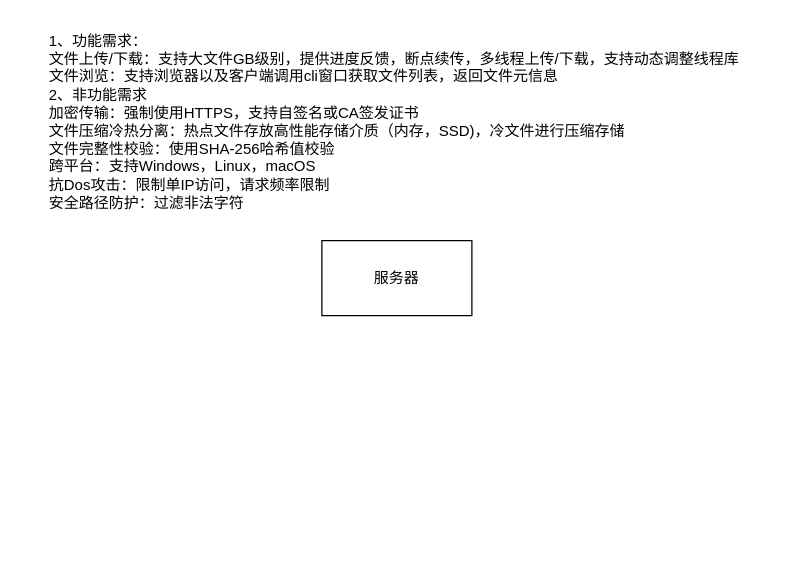
The draw.io diagram FileTransferTool.drawio in Elio265/Picgo, before the edit. Source tidied: cells renumbered, new cells numbered last; positions are measured from the earlier drawing's top-left corner, leaving out a move shared by most shapes. Both pictures are drawn from the tidied source at 125%, with x=0, y=0 at pixel (46, 21).
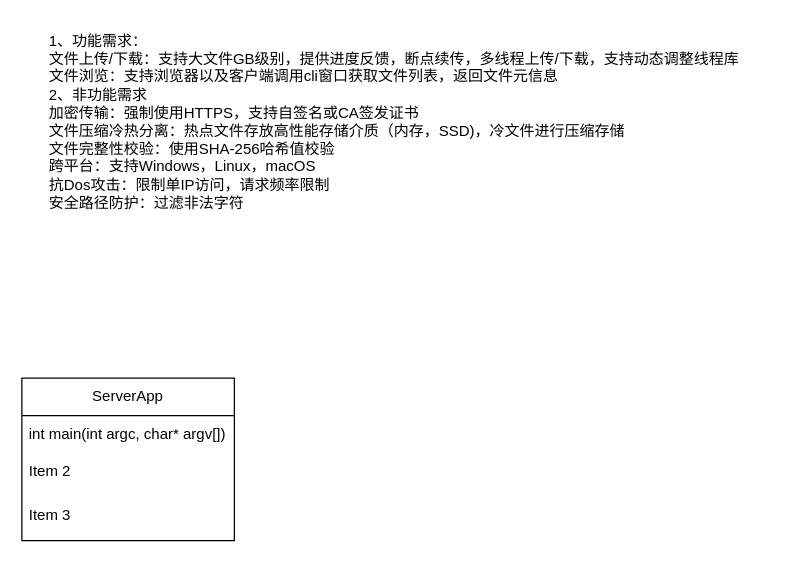
After the change.

Diff of the diagram source:
```diff
@@
 <mxGraphModel>
   <root>
     <mxCell id="0" />
     <mxCell id="1" parent="0" />
-    <mxCell id="2" value="服务器" style="rounded=0;whiteSpace=wrap;html=1;" parent="1" vertex="1">
-      <mxGeometry x="220" y="175" width="120" height="60" as="geometry" />
-    </mxCell>
     <mxCell id="3" value="&lt;div&gt;&lt;div&gt;1、功能需求：&lt;/div&gt;&lt;/div&gt;&lt;div&gt;文件上传/下载：支持大文件GB级别，提供进度反馈，断点续传，多线程上传/下载，支持动态调整线程库&lt;/div&gt;&lt;div&gt;文件浏览：支持浏览器以及客户端调用cli窗口获取文件列表，返回文件元信息&lt;/div&gt;&lt;div&gt;2、非功能需求&lt;/div&gt;&lt;div&gt;加密传输：强制使用HTTPS，支持自签名或CA签发证书&lt;/div&gt;&lt;div&gt;文件压缩冷热分离：热点文件存放高性能存储介质（内存，SSD)，冷文件进行压缩存储&lt;/div&gt;&lt;div&gt;文件完整性校验：使用SHA-256哈希值校验&lt;/div&gt;&lt;div&gt;跨平台：支持Windows，Linux，macOS&lt;/div&gt;&lt;div&gt;抗Dos攻击：限制单IP访问，请求频率限制&lt;/div&gt;&lt;div&gt;安全路径防护：过滤非法字符&lt;/div&gt;" style="text;html=1;align=left;verticalAlign=middle;strokeColor=none;fillColor=none;" parent="1" vertex="1">
       <mxGeometry width="580" height="160" as="geometry" />
     </mxCell>
+    <mxCell id="4" value="ServerApp" style="swimlane;fontStyle=0;horizontal=1;startSize=30;whiteSpace=wrap;html=1;" parent="1" vertex="1">
+      <mxGeometry x="-20" y="285" width="170" height="130" as="geometry" />
+    </mxCell>
+    <mxCell id="5" value="int main(int argc, char* argv[])" style="text;strokeColor=none;fillColor=none;align=left;verticalAlign=middle;spacingLeft=4;spacingRight=4;overflow=hidden;whiteSpace=wrap;html=1;" parent="4" vertex="1">
+      <mxGeometry y="30" width="170" height="30" as="geometry" />
+    </mxCell>
+    <mxCell id="6" value="Item 2" style="text;strokeColor=none;fillColor=none;align=left;verticalAlign=middle;spacingLeft=4;spacingRight=4;overflow=hidden;whiteSpace=wrap;html=1;" parent="4" vertex="1">
+      <mxGeometry y="60" width="170" height="30" as="geometry" />
+    </mxCell>
+    <mxCell id="7" value="Item 3" style="text;strokeColor=none;fillColor=none;align=left;verticalAlign=middle;spacingLeft=4;spacingRight=4;overflow=hidden;whiteSpace=wrap;html=1;" parent="4" vertex="1">
+      <mxGeometry y="90" width="170" height="40" as="geometry" />
+    </mxCell>
   </root>
 </mxGraphModel>
```
